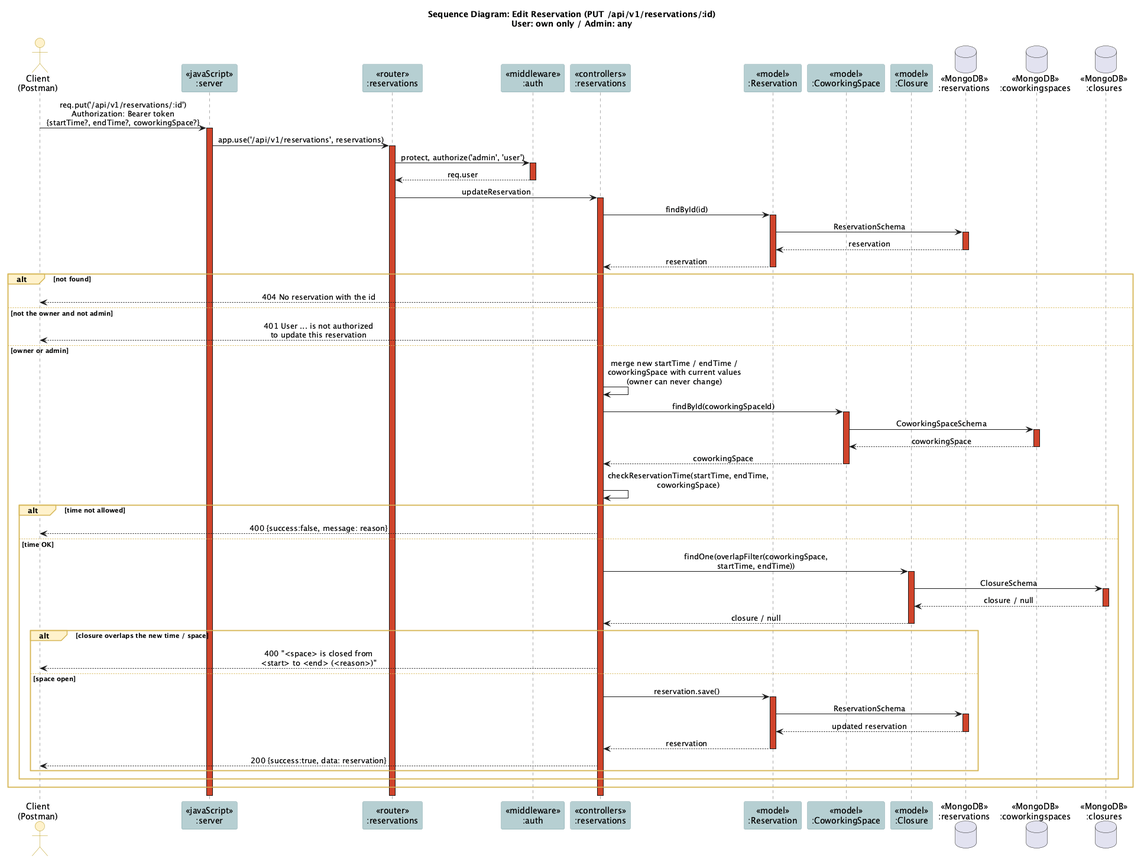
Before: docs/diagrams/png/06-update-reservation.png, a diagram exported from PlantUML (TonBoonchai/Co-working-Space-Reservation).
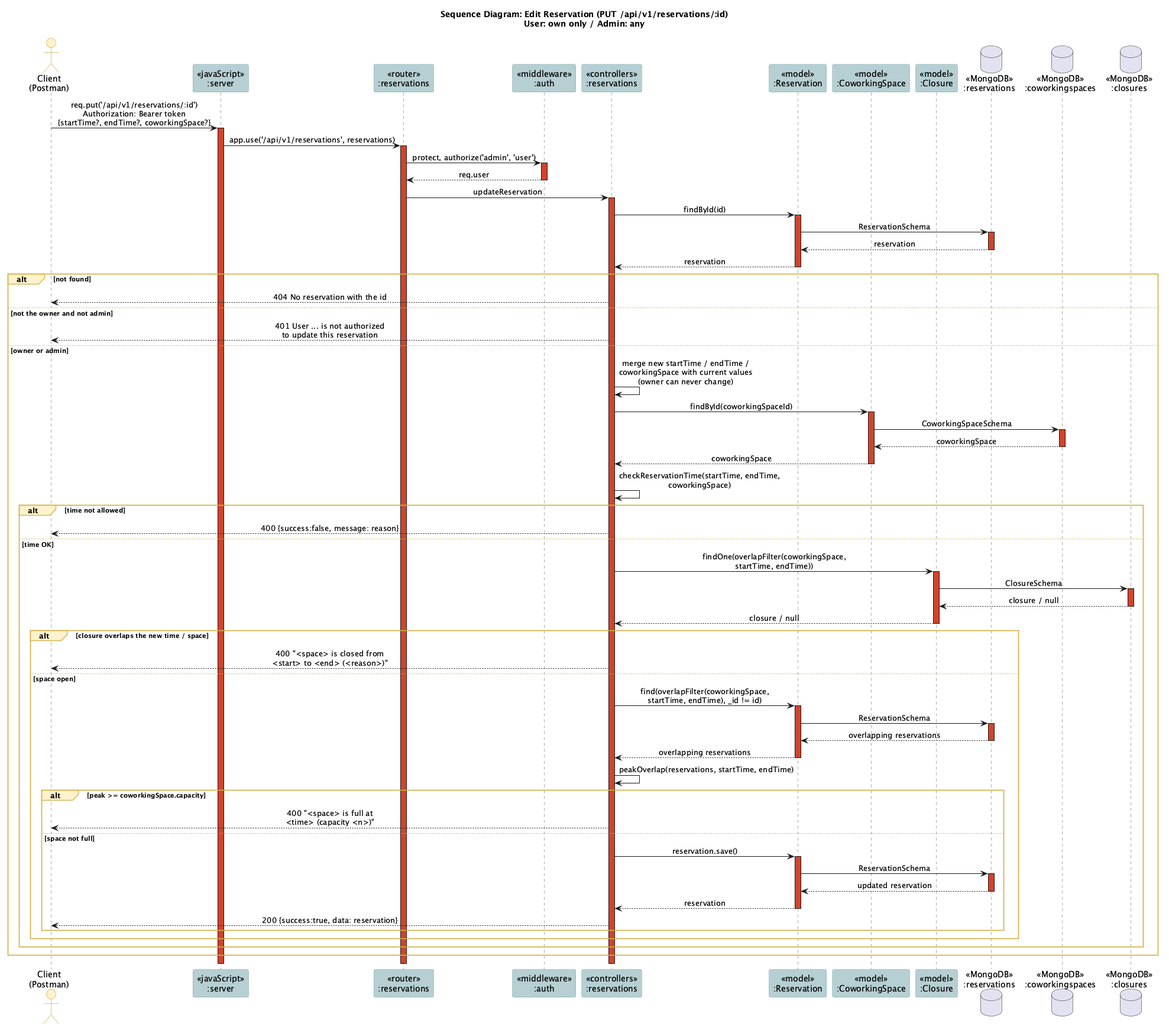
After the commit.

Diff of the diagram source:
```diff
@@ -44,11 +44,20 @@
     alt closure overlaps the new time / space
       ctrl --> client : 400 "<space> is closed from\n<start> to <end> (<reason>)"
     else space open
-      ctrl -> model ++ : reservation.save()
+      ctrl -> model ++ : find(overlapFilter(coworkingSpace,\nstartTime, endTime), _id != id)
       model -> db ++ : ReservationSchema
-      db --> model -- : updated reservation
-      model --> ctrl -- : reservation
-      ctrl --> client : 200 {success:true, data: reservation}
+      db --> model -- : overlapping reservations
+      model --> ctrl -- : overlapping reservations
+      ctrl -> ctrl : peakOverlap(reservations, startTime, endTime)
+      alt peak >= coworkingSpace.capacity
+        ctrl --> client : 400 "<space> is full at\n<time> (capacity <n>)"
+      else space not full
+        ctrl -> model ++ : reservation.save()
+        model -> db ++ : ReservationSchema
+        db --> model -- : updated reservation
+        model --> ctrl -- : reservation
+        ctrl --> client : 200 {success:true, data: reservation}
+      end
     end
   end
 end
```
